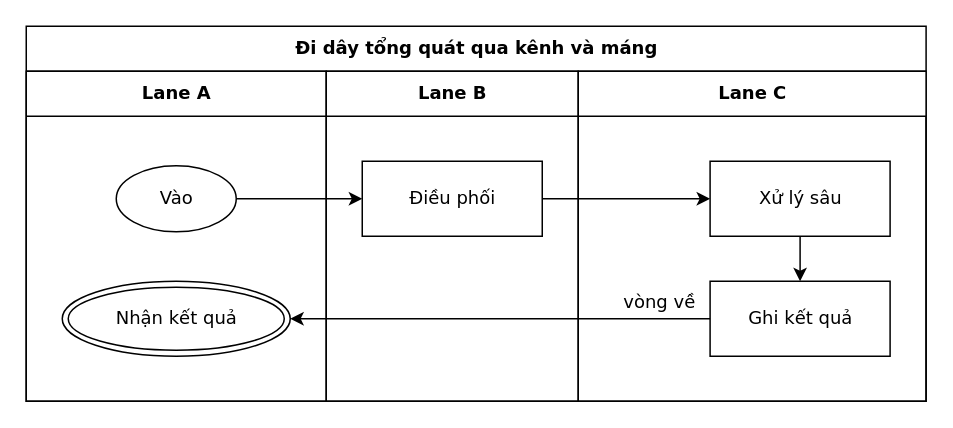
Earlier version of the draw.io diagram conformance/golden/cases/16-route-general.drawio (luytbq/flowcast). Source tidied: cells renumbered, new cells numbered last; positions are measured from the earlier drawing's top-left corner, leaving out a move shared by most shapes. Both pictures are drawn from the tidied source at 150%, with x=0, y=0 at pixel (26, 26).
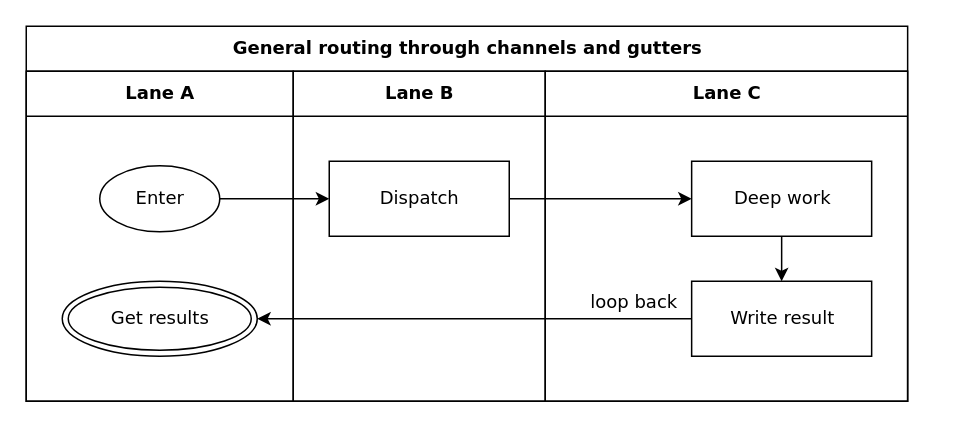
After the change.

Change to the diagram source:
```diff
@@
 <mxGraphModel>
   <root>
     <mxCell id="0" />
     <mxCell id="1" parent="0" />
-    <mxCell id="2" value="Đi dây tổng quát qua kênh và máng" style="swimlane;html=1;startSize=30;fontStyle=1;fontFamily=Verdana;fontSize=12;flowtable=1;" parent="1" vertex="1">
-      <mxGeometry width="599.9" height="250" as="geometry" />
+    <mxCell id="2" value="General routing through channels and gutters" style="swimlane;html=1;startSize=30;fontStyle=1;fontFamily=Verdana;fontSize=12;flowtable=1;" parent="1" vertex="1">
+      <mxGeometry width="587.6" height="250" as="geometry" />
     </mxCell>
     <mxCell id="3" value="Lane A" style="swimlane;html=1;startSize=30;fontFamily=Verdana;fontSize=12;flowtable=1;" parent="2" vertex="1">
-      <mxGeometry y="30" width="200" height="220" as="geometry" />
+      <mxGeometry y="30" width="178" height="220" as="geometry" />
     </mxCell>
     <mxCell id="4" value="Lane B" style="swimlane;html=1;startSize=30;fontFamily=Verdana;fontSize=12;flowtable=1;" parent="2" vertex="1">
-      <mxGeometry x="200" y="30" width="168" height="220" as="geometry" />
+      <mxGeometry x="178" y="30" width="168" height="220" as="geometry" />
     </mxCell>
     <mxCell id="5" value="Lane C" style="swimlane;html=1;startSize=30;fontFamily=Verdana;fontSize=12;flowtable=1;" parent="2" vertex="1">
-      <mxGeometry x="368" y="30" width="231.9" height="220" as="geometry" />
+      <mxGeometry x="346" y="30" width="241.6" height="220" as="geometry" />
     </mxCell>
-    <mxCell id="6" value="Vào" style="ellipse;html=1;fontFamily=Verdana;fontSize=12;flowtable=1;" parent="3" vertex="1">
-      <mxGeometry x="60" y="63" width="80" height="44" as="geometry" />
+    <mxCell id="6" value="Enter" style="ellipse;html=1;fontFamily=Verdana;fontSize=12;flowtable=1;" parent="3" vertex="1">
+      <mxGeometry x="49" y="63" width="80" height="44" as="geometry" />
     </mxCell>
-    <mxCell id="7" value="Điều phối" style="rounded=0;html=1;fontFamily=Verdana;fontSize=12;flowtable=1;" parent="4" vertex="1">
+    <mxCell id="7" value="Dispatch" style="rounded=0;html=1;fontFamily=Verdana;fontSize=12;flowtable=1;" parent="4" vertex="1">
       <mxGeometry x="24" y="60" width="120" height="50" as="geometry" />
     </mxCell>
-    <mxCell id="8" value="Xử lý sâu" style="rounded=0;html=1;fontFamily=Verdana;fontSize=12;flowtable=1;" parent="5" vertex="1">
-      <mxGeometry x="87.9" y="60" width="120" height="50" as="geometry" />
+    <mxCell id="8" value="Deep work" style="rounded=0;html=1;fontFamily=Verdana;fontSize=12;flowtable=1;" parent="5" vertex="1">
+      <mxGeometry x="97.6" y="60" width="120" height="50" as="geometry" />
     </mxCell>
-    <mxCell id="9" value="Ghi kết quả" style="rounded=0;html=1;fontFamily=Verdana;fontSize=12;flowtable=1;" parent="5" vertex="1">
-      <mxGeometry x="87.9" y="140" width="120" height="50" as="geometry" />
+    <mxCell id="9" value="Write result" style="rounded=0;html=1;fontFamily=Verdana;fontSize=12;flowtable=1;" parent="5" vertex="1">
+      <mxGeometry x="97.6" y="140" width="120" height="50" as="geometry" />
     </mxCell>
-    <mxCell id="10" value="Nhận kết quả" style="shape=doubleEllipse;html=1;fontFamily=Verdana;fontSize=12;flowtable=1;" parent="3" vertex="1">
-      <mxGeometry x="24" y="140" width="152" height="50" as="geometry" />
+    <mxCell id="10" value="Get results" style="shape=doubleEllipse;html=1;fontFamily=Verdana;fontSize=12;flowtable=1;" parent="3" vertex="1">
+      <mxGeometry x="24" y="140" width="130" height="50" as="geometry" />
     </mxCell>
     <mxCell id="11" style="edgeStyle=orthogonalEdgeStyle;rounded=0;jettySize=auto;html=1;labelBackgroundColor=default;exitX=1;exitY=0.5;exitDx=0;exitDy=0;entryX=0;entryY=0.5;entryDx=0;entryDy=0;fontFamily=Verdana;fontSize=12;flowtable=1;" parent="2" edge="1" source="6" target="7">
       <mxGeometry relative="1" as="geometry" />
     </mxCell>
     <mxCell id="12" style="edgeStyle=orthogonalEdgeStyle;rounded=0;jettySize=auto;html=1;labelBackgroundColor=default;exitX=1;exitY=0.5;exitDx=0;exitDy=0;entryX=0;entryY=0.5;entryDx=0;entryDy=0;fontFamily=Verdana;fontSize=12;flowtable=1;" parent="2" edge="1" source="7" target="8">
       <mxGeometry relative="1" as="geometry" />
     </mxCell>
     <mxCell id="13" style="edgeStyle=orthogonalEdgeStyle;rounded=0;jettySize=auto;html=1;labelBackgroundColor=default;exitX=0.5;exitY=1;exitDx=0;exitDy=0;entryX=0.5;entryY=0;entryDx=0;entryDy=0;fontFamily=Verdana;fontSize=12;flowtable=1;" parent="2" edge="1" source="8" target="9">
       <mxGeometry relative="1" as="geometry" />
     </mxCell>
-    <mxCell id="14" value="vòng về" style="edgeStyle=orthogonalEdgeStyle;rounded=0;jettySize=auto;html=1;labelBackgroundColor=default;exitX=0;exitY=0.5;exitDx=0;exitDy=0;entryX=1;entryY=0.5;entryDx=0;entryDy=0;fontFamily=Verdana;fontSize=12;flowtable=1;" parent="2" edge="1" source="9" target="10">
-      <mxGeometry x="-0.76" relative="1" as="geometry">
+    <mxCell id="14" value="loop back" style="edgeStyle=orthogonalEdgeStyle;rounded=0;jettySize=auto;html=1;labelBackgroundColor=default;exitX=0;exitY=0.5;exitDx=0;exitDy=0;entryX=1;entryY=0.5;entryDx=0;entryDy=0;fontFamily=Verdana;fontSize=12;flowtable=1;" parent="2" edge="1" source="9" target="10">
+      <mxGeometry x="-0.73" relative="1" as="geometry">
         <mxPoint y="-11.5" as="offset" />
       </mxGeometry>
     </mxCell>
   </root>
 </mxGraphModel>
```
